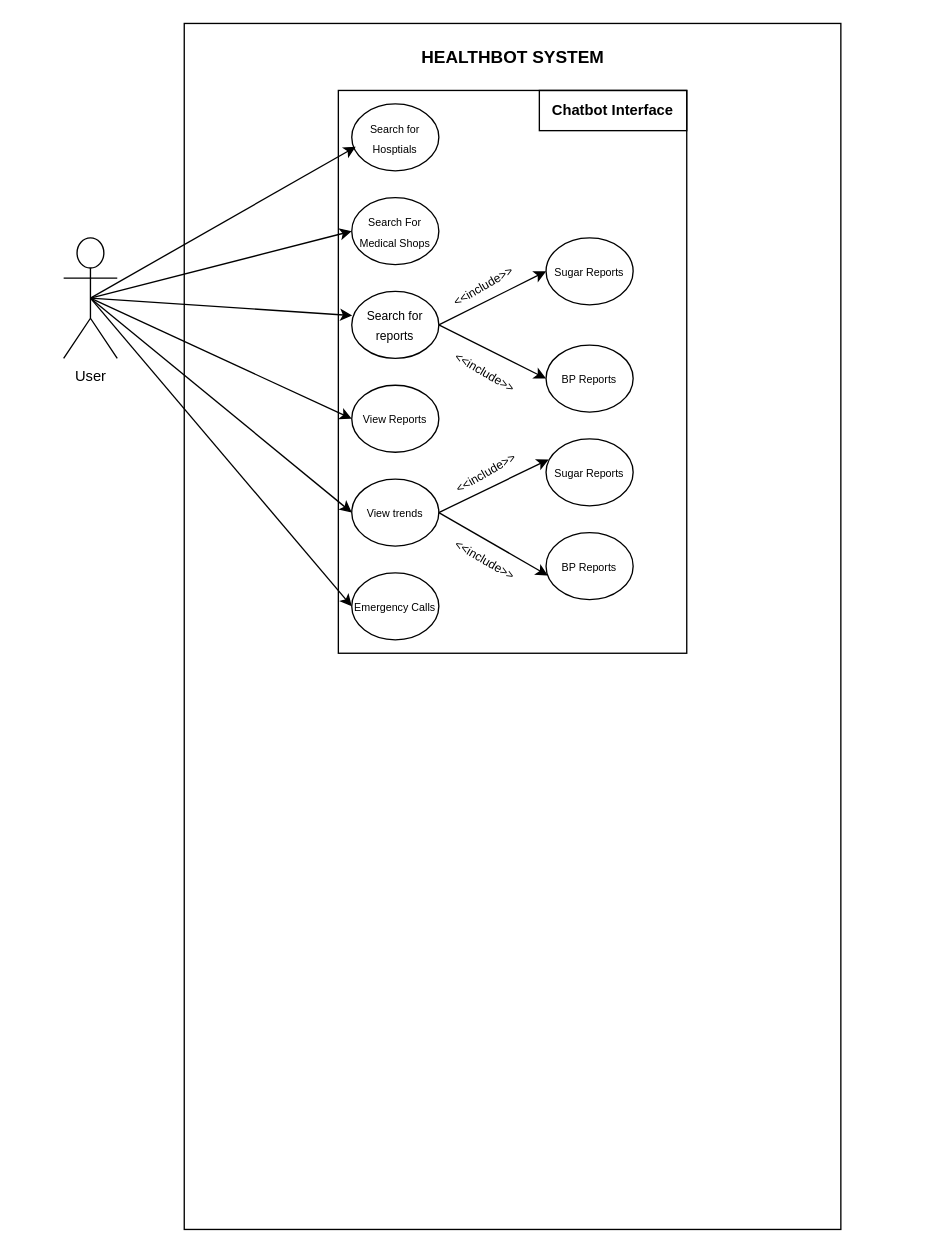
This is UseCaseDiagram.drawio from pranavn35/ProjectDiagrams, a draw.io file, before an edit. Source tidied: cells renumbered, new cells numbered last; positions are measured from the earlier drawing's top-left corner, leaving out a move shared by most shapes. Both pictures are drawn from the tidied source at 134%, with x=0, y=0 at pixel (63, 23).
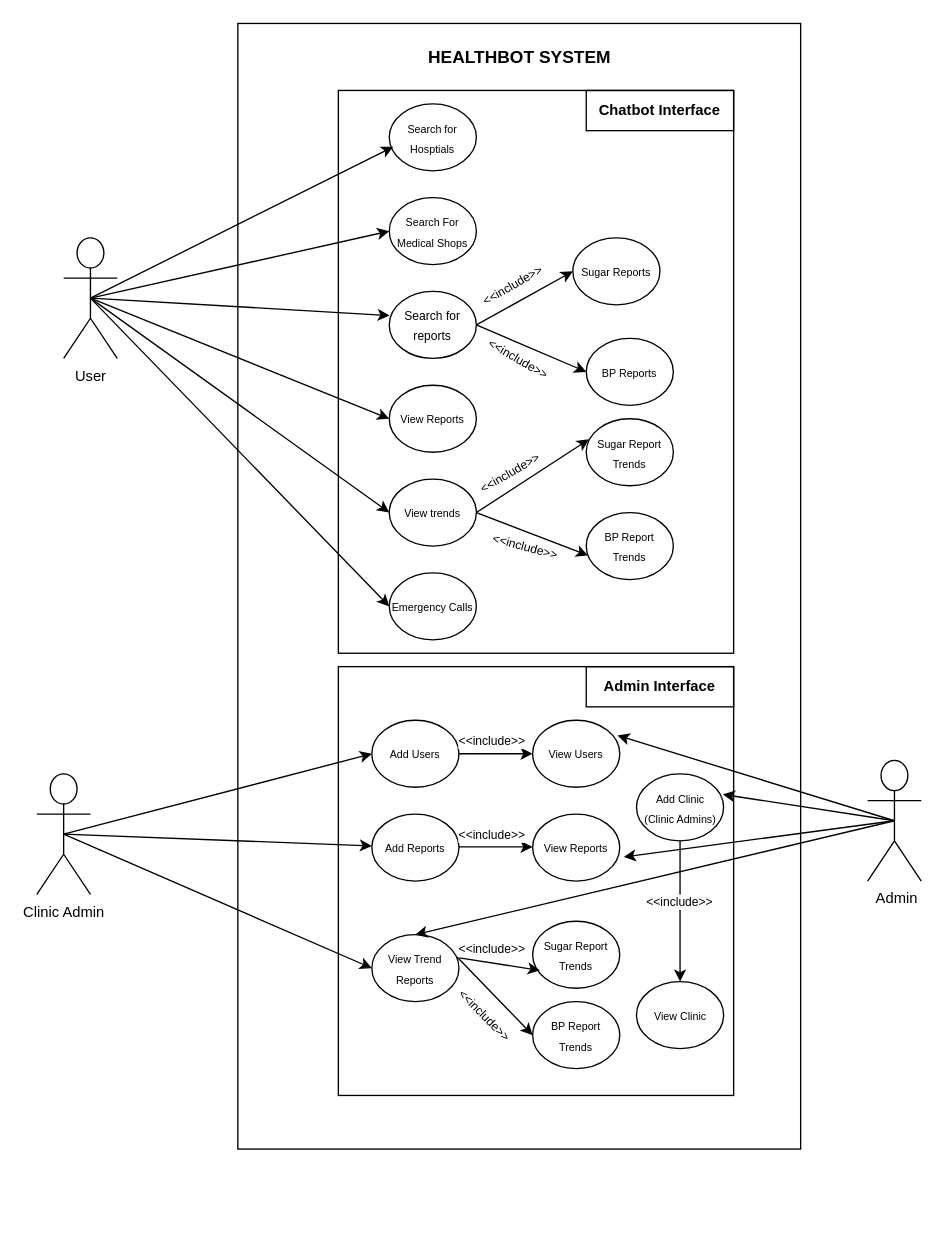
After the change.

Diff of the diagram source:
```diff
@@
     <mxCell id="2" style="rounded=0;whiteSpace=wrap;html=1;fillColor=none;strokeColor=default;fontColor=default;" parent="1" vertex="1">
-      <mxGeometry x="90" width="490" height="900" as="geometry" />
+      <mxGeometry x="130" width="420" height="840" as="geometry" />
     </mxCell>
     <mxCell id="3" style="rounded=0;whiteSpace=wrap;html=1;fontColor=default;strokeColor=default;fillColor=none;" parent="1" vertex="1">
-      <mxGeometry x="205" y="50" width="260" height="420" as="geometry" />
+      <mxGeometry x="205" y="50" width="295" height="420" as="geometry" />
     </mxCell>
     <mxCell id="4" value="&lt;font style=&quot;font-size: 8px&quot;&gt;Search for Hosptials&lt;/font&gt;" style="ellipse;whiteSpace=wrap;html=1;fontColor=default;strokeColor=default;fillColor=none;" parent="1" vertex="1">
-      <mxGeometry x="215" y="60" width="65" height="50" as="geometry" />
+      <mxGeometry x="243" y="60" width="65" height="50" as="geometry" />
     </mxCell>
     <mxCell id="5" value="&lt;font style=&quot;font-size: 8px&quot;&gt;Search For Medical Shops&lt;/font&gt;" style="ellipse;whiteSpace=wrap;html=1;fontColor=default;strokeColor=default;fillColor=none;" parent="1" vertex="1">
-      <mxGeometry x="215" y="130" width="65" height="50" as="geometry" />
+      <mxGeometry x="243" y="130" width="65" height="50" as="geometry" />
     </mxCell>
     <mxCell id="6" value="&lt;font style=&quot;font-size: 9px&quot;&gt;Search for reports&lt;/font&gt;" style="ellipse;whiteSpace=wrap;html=1;fontColor=default;strokeColor=default;fillColor=none;" parent="1" vertex="1">
-      <mxGeometry x="215" y="200" width="65" height="50" as="geometry" />
+      <mxGeometry x="243" y="200" width="65" height="50" as="geometry" />
     </mxCell>
     <mxCell id="7" value="&lt;font style=&quot;font-size: 8px&quot;&gt;View Reports&lt;/font&gt;" style="ellipse;whiteSpace=wrap;html=1;fontColor=default;strokeColor=default;fillColor=none;" parent="1" vertex="1">
-      <mxGeometry x="215" y="270" width="65" height="50" as="geometry" />
+      <mxGeometry x="243" y="270" width="65" height="50" as="geometry" />
     </mxCell>
-    <mxCell id="8" value="&lt;font style=&quot;font-size: 8px&quot;&gt;View trends&lt;/font&gt;" style="ellipse;whiteSpace=wrap;html=1;fontColor=default;strokeColor=default;fillColor=none;" parent="1" vertex="1">
-      <mxGeometry x="215" y="340" width="65" height="50" as="geometry" />
-    </mxCell>
     <mxCell id="9" value="&lt;font style=&quot;font-size: 8px&quot;&gt;Emergency Calls&lt;/font&gt;" style="ellipse;whiteSpace=wrap;html=1;fontColor=default;strokeColor=default;fillColor=none;" parent="1" vertex="1">
-      <mxGeometry x="215" y="410" width="65" height="50" as="geometry" />
+      <mxGeometry x="243" y="410" width="65" height="50" as="geometry" />
     </mxCell>
     <mxCell id="10" value="&lt;font style=&quot;font-size: 8px&quot;&gt;Sugar Reports&lt;/font&gt;" style="ellipse;whiteSpace=wrap;html=1;fontColor=default;strokeColor=default;fillColor=none;" parent="1" vertex="1">
-      <mxGeometry x="360" y="160" width="65" height="50" as="geometry" />
+      <mxGeometry x="380" y="160" width="65" height="50" as="geometry" />
     </mxCell>
     <mxCell id="11" value="&lt;font style=&quot;font-size: 8px&quot;&gt;BP Reports&lt;/font&gt;" style="ellipse;whiteSpace=wrap;html=1;fontColor=default;strokeColor=default;fillColor=none;" parent="1" vertex="1">
-      <mxGeometry x="360" y="240" width="65" height="50" as="geometry" />
+      <mxGeometry x="390" y="235" width="65" height="50" as="geometry" />
     </mxCell>
@@
     <mxCell id="13" value="&lt;font style=&quot;font-size: 9px&quot;&gt;&amp;lt;&amp;lt;include&amp;gt;&amp;gt;&lt;/font&gt;" style="text;html=1;strokeColor=none;fillColor=none;align=center;verticalAlign=middle;whiteSpace=wrap;rounded=0;labelBackgroundColor=default;fontSize=11;fontColor=default;rotation=-30;" parent="1" vertex="1">
-      <mxGeometry x="287.5" y="190.7" width="50" height="10" as="geometry" />
+      <mxGeometry x="310" y="190" width="50" height="10" as="geometry" />
     </mxCell>
@@
     <mxCell id="15" value="&lt;font style=&quot;font-size: 9px&quot;&gt;&amp;lt;&amp;lt;include&amp;gt;&amp;gt;&lt;/font&gt;" style="text;html=1;strokeColor=none;fillColor=none;align=center;verticalAlign=middle;whiteSpace=wrap;rounded=0;labelBackgroundColor=default;fontSize=11;fontColor=default;rotation=30;" parent="1" vertex="1">
-      <mxGeometry x="290" y="250" width="50" height="20" as="geometry" />
+      <mxGeometry x="315" y="240" width="50" height="20" as="geometry" />
     </mxCell>
-    <mxCell id="16" value="&lt;font style=&quot;font-size: 8px&quot;&gt;Sugar Reports&lt;/font&gt;" style="ellipse;whiteSpace=wrap;html=1;fontColor=default;strokeColor=default;fillColor=none;" parent="1" vertex="1">
-      <mxGeometry x="360" y="310" width="65" height="50" as="geometry" />
+    <mxCell id="16" value="&lt;font style=&quot;font-size: 8px&quot;&gt;Sugar Report Trends&lt;/font&gt;" style="ellipse;whiteSpace=wrap;html=1;fontColor=default;strokeColor=default;fillColor=none;" parent="1" vertex="1">
+      <mxGeometry x="390" y="295" width="65" height="50" as="geometry" />
     </mxCell>
-    <mxCell id="17" value="&lt;font style=&quot;font-size: 8px&quot;&gt;BP Reports&lt;/font&gt;" style="ellipse;whiteSpace=wrap;html=1;fontColor=default;strokeColor=default;fillColor=none;" parent="1" vertex="1">
-      <mxGeometry x="360" y="380" width="65" height="50" as="geometry" />
+    <mxCell id="17" value="&lt;font style=&quot;font-size: 8px&quot;&gt;BP Report Trends&lt;/font&gt;" style="ellipse;whiteSpace=wrap;html=1;fontColor=default;strokeColor=default;fillColor=none;" parent="1" vertex="1">
+      <mxGeometry x="390" y="365" width="65" height="50" as="geometry" />
     </mxCell>
-    <mxCell id="18" style="endArrow=classic;html=1;rounded=0;labelBackgroundColor=default;fontSize=11;fontColor=default;strokeColor=default;exitX=1;exitY=0.5;exitDx=0;exitDy=0;entryX=0.031;entryY=0.307;entryDx=0;entryDy=0;entryPerimeter=0;" parent="1" edge="1" target="16">
-      <mxGeometry relative="1" as="geometry">
-        <mxPoint x="280" y="365" as="sourcePoint" />
-      </mxGeometry>
+    <mxCell id="18" style="endArrow=classic;html=1;rounded=0;labelBackgroundColor=default;fontSize=11;fontColor=default;strokeColor=default;exitX=1;exitY=0.5;exitDx=0;exitDy=0;entryX=0.031;entryY=0.307;entryDx=0;entryDy=0;entryPerimeter=0;startArrow=none;" parent="1" edge="1" source="8" target="16">
+      <mxGeometry relative="1" as="geometry" />
     </mxCell>
     <mxCell id="19" value="&lt;font style=&quot;font-size: 9px&quot;&gt;&amp;lt;&amp;lt;include&amp;gt;&amp;gt;&lt;/font&gt;" style="text;html=1;strokeColor=none;fillColor=none;align=center;verticalAlign=middle;whiteSpace=wrap;rounded=0;labelBackgroundColor=default;fontSize=11;fontColor=default;rotation=-30;" parent="1" vertex="1">
-      <mxGeometry x="290" y="325" width="50" height="20" as="geometry" />
+      <mxGeometry x="308" y="325" width="50" height="20" as="geometry" />
     </mxCell>
@@
-    <mxCell id="21" value="&lt;font style=&quot;font-size: 9px&quot;&gt;&amp;lt;&amp;lt;include&amp;gt;&amp;gt;&lt;/font&gt;" style="text;html=1;strokeColor=none;fillColor=none;align=center;verticalAlign=middle;whiteSpace=wrap;rounded=0;labelBackgroundColor=default;fontSize=11;fontColor=default;rotation=30;" parent="1" vertex="1">
-      <mxGeometry x="290" y="390" width="50" height="20" as="geometry" />
+    <mxCell id="21" value="&lt;font style=&quot;font-size: 9px&quot;&gt;&amp;lt;&amp;lt;include&amp;gt;&amp;gt;&lt;/font&gt;" style="text;html=1;strokeColor=none;fillColor=none;align=center;verticalAlign=middle;whiteSpace=wrap;rounded=0;labelBackgroundColor=default;fontSize=11;fontColor=default;rotation=15;" parent="1" vertex="1">
+      <mxGeometry x="320" y="380" width="50" height="20" as="geometry" />
     </mxCell>
@@
     <mxCell id="29" value="&lt;b&gt;&lt;font style=&quot;font-size: 11px&quot;&gt;Chatbot Interface&lt;/font&gt;&lt;/b&gt;" style="text;html=1;strokeColor=none;fillColor=none;align=center;verticalAlign=middle;whiteSpace=wrap;rounded=0;labelBackgroundColor=default;fontSize=9;fontColor=default;" parent="1" vertex="1">
-      <mxGeometry x="355" y="50" width="110" height="30" as="geometry" />
+      <mxGeometry x="390" y="50" width="110" height="30" as="geometry" />
     </mxCell>
     <mxCell id="30" value="&lt;b&gt;&lt;font style=&quot;font-size: 13px&quot;&gt;HEALTHBOT SYSTEM&lt;/font&gt;&lt;/b&gt;" style="text;html=1;strokeColor=none;fillColor=none;align=center;verticalAlign=middle;whiteSpace=wrap;rounded=0;labelBackgroundColor=default;fontSize=9;fontColor=default;" parent="1" vertex="1">
-      <mxGeometry x="242.5" y="10" width="185" height="30" as="geometry" />
+      <mxGeometry x="247.5" y="10" width="185" height="30" as="geometry" />
     </mxCell>
     <mxCell id="31" style="rounded=0;whiteSpace=wrap;html=1;labelBackgroundColor=default;fontSize=11;fontColor=default;strokeColor=default;fillColor=none;" parent="1" vertex="1">
-      <mxGeometry x="355" y="50" width="110" height="30" as="geometry" />
+      <mxGeometry x="390" y="50" width="110" height="30" as="geometry" />
     </mxCell>
+    <mxCell id="8" value="&lt;font style=&quot;font-size: 8px&quot;&gt;View trends&lt;/font&gt;" style="ellipse;whiteSpace=wrap;html=1;fontColor=default;strokeColor=default;fillColor=none;" parent="1" vertex="1">
+      <mxGeometry x="243" y="340" width="65" height="50" as="geometry" />
+    </mxCell>
+    <mxCell id="32" style="rounded=0;whiteSpace=wrap;html=1;fontColor=default;strokeColor=default;fillColor=none;" parent="1" vertex="1">
+      <mxGeometry x="205" y="480" width="295" height="320" as="geometry" />
+    </mxCell>
+    <mxCell id="33" value="&lt;font style=&quot;font-size: 8px&quot;&gt;Add Users&lt;/font&gt;" style="ellipse;whiteSpace=wrap;html=1;fontColor=default;strokeColor=default;fillColor=none;" parent="1" vertex="1">
+      <mxGeometry x="230" y="520" width="65" height="50" as="geometry" />
+    </mxCell>
+    <mxCell id="34" value="&lt;font style=&quot;font-size: 8px&quot;&gt;Add Reports&lt;/font&gt;" style="ellipse;whiteSpace=wrap;html=1;fontColor=default;strokeColor=default;fillColor=none;" parent="1" vertex="1">
+      <mxGeometry x="230" y="590" width="65" height="50" as="geometry" />
+    </mxCell>
+    <mxCell id="35" value="&lt;font style=&quot;font-size: 8px&quot;&gt;View Trend Reports&lt;/font&gt;" style="ellipse;whiteSpace=wrap;html=1;fontColor=default;strokeColor=default;fillColor=none;" parent="1" vertex="1">
+      <mxGeometry x="230" y="680" width="65" height="50" as="geometry" />
+    </mxCell>
+    <mxCell id="36" value="&lt;font style=&quot;font-size: 8px&quot;&gt;View Users&lt;/font&gt;" style="ellipse;whiteSpace=wrap;html=1;fontColor=default;strokeColor=default;fillColor=none;" parent="1" vertex="1">
+      <mxGeometry x="350" y="520" width="65" height="50" as="geometry" />
+    </mxCell>
+    <mxCell id="37" style="endArrow=classic;html=1;rounded=0;labelBackgroundColor=default;fontSize=11;fontColor=default;strokeColor=default;exitX=1;exitY=0.5;exitDx=0;exitDy=0;entryX=0;entryY=0.5;entryDx=0;entryDy=0;startArrow=none;" parent="1" edge="1" source="33" target="36">
+      <mxGeometry relative="1" as="geometry" />
+    </mxCell>
+    <mxCell id="38" value="&lt;font style=&quot;font-size: 9px&quot;&gt;&amp;lt;&amp;lt;include&amp;gt;&amp;gt;&lt;/font&gt;" style="text;html=1;strokeColor=none;fillColor=none;align=center;verticalAlign=middle;whiteSpace=wrap;rounded=0;labelBackgroundColor=default;fontSize=11;fontColor=default;rotation=0;" parent="1" vertex="1">
+      <mxGeometry x="300" y="530" width="40" height="10" as="geometry" />
+    </mxCell>
+    <mxCell id="39" value="&lt;font style=&quot;font-size: 8px&quot;&gt;View Reports&lt;/font&gt;" style="ellipse;whiteSpace=wrap;html=1;fontColor=default;strokeColor=default;fillColor=none;" parent="1" vertex="1">
+      <mxGeometry x="350" y="590" width="65" height="50" as="geometry" />
+    </mxCell>
+    <mxCell id="40" style="endArrow=classic;html=1;rounded=0;labelBackgroundColor=default;fontSize=11;fontColor=default;strokeColor=default;exitX=1;exitY=0.5;exitDx=0;exitDy=0;entryX=0;entryY=0.5;entryDx=0;entryDy=0;startArrow=none;" parent="1" edge="1">
+      <mxGeometry relative="1" as="geometry">
+        <mxPoint x="295" y="614.5" as="sourcePoint" />
+        <mxPoint x="350" y="614.5" as="targetPoint" />
+      </mxGeometry>
+    </mxCell>
+    <mxCell id="41" value="&lt;font style=&quot;font-size: 9px&quot;&gt;&amp;lt;&amp;lt;include&amp;gt;&amp;gt;&lt;/font&gt;" style="text;html=1;strokeColor=none;fillColor=none;align=center;verticalAlign=middle;whiteSpace=wrap;rounded=0;labelBackgroundColor=default;fontSize=11;fontColor=default;rotation=0;" parent="1" vertex="1">
+      <mxGeometry x="300" y="600" width="40" height="10" as="geometry" />
+    </mxCell>
+    <mxCell id="42" value="&lt;font style=&quot;font-size: 8px&quot;&gt;Sugar Report Trends&lt;/font&gt;" style="ellipse;whiteSpace=wrap;html=1;fontColor=default;strokeColor=default;fillColor=none;" parent="1" vertex="1">
+      <mxGeometry x="350" y="670" width="65" height="50" as="geometry" />
+    </mxCell>
+    <mxCell id="43" value="&lt;font style=&quot;font-size: 8px&quot;&gt;BP Report Trends&lt;/font&gt;" style="ellipse;whiteSpace=wrap;html=1;fontColor=default;strokeColor=default;fillColor=none;" parent="1" vertex="1">
+      <mxGeometry x="350" y="730" width="65" height="50" as="geometry" />
+    </mxCell>
+    <mxCell id="44" style="endArrow=classic;html=1;rounded=0;labelBackgroundColor=default;fontSize=11;fontColor=default;strokeColor=default;exitX=1.005;exitY=0.347;exitDx=0;exitDy=0;entryX=0.082;entryY=0.733;entryDx=0;entryDy=0;entryPerimeter=0;startArrow=none;exitPerimeter=0;" parent="1" edge="1" source="35" target="42">
+      <mxGeometry relative="1" as="geometry" />
+    </mxCell>
+    <mxCell id="45" style="endArrow=classic;html=1;rounded=0;labelBackgroundColor=default;fontSize=11;fontColor=default;strokeColor=default;exitX=0.979;exitY=0.333;exitDx=0;exitDy=0;entryX=0;entryY=0.5;entryDx=0;entryDy=0;startArrow=none;exitPerimeter=0;" parent="1" edge="1" source="35" target="43">
+      <mxGeometry relative="1" as="geometry" />
+    </mxCell>
+    <mxCell id="46" value="&lt;font style=&quot;font-size: 9px&quot;&gt;&amp;lt;&amp;lt;include&amp;gt;&amp;gt;&lt;/font&gt;" style="text;html=1;strokeColor=none;fillColor=none;align=center;verticalAlign=middle;whiteSpace=wrap;rounded=0;labelBackgroundColor=default;fontSize=11;fontColor=default;rotation=45;" parent="1" vertex="1">
+      <mxGeometry x="290" y="730" width="50" height="20" as="geometry" />
+    </mxCell>
+    <mxCell id="47" value="&lt;font style=&quot;font-size: 9px&quot;&gt;&amp;lt;&amp;lt;include&amp;gt;&amp;gt;&lt;/font&gt;" style="text;html=1;strokeColor=none;fillColor=none;align=center;verticalAlign=middle;whiteSpace=wrap;rounded=0;labelBackgroundColor=default;fontSize=11;fontColor=default;rotation=0;" parent="1" vertex="1">
+      <mxGeometry x="295" y="680" width="50" height="20" as="geometry" />
+    </mxCell>
+    <mxCell id="48" value="Clinic Admin" style="shape=umlActor;verticalLabelPosition=bottom;verticalAlign=top;html=1;outlineConnect=0;labelBackgroundColor=default;fontSize=11;fontColor=default;strokeColor=default;fillColor=none;" parent="1" vertex="1">
+      <mxGeometry x="-20" y="560" width="40" height="90" as="geometry" />
+    </mxCell>
+    <mxCell id="49" style="endArrow=classic;html=1;rounded=0;labelBackgroundColor=default;fontSize=9;fontColor=default;strokeColor=default;exitX=0.5;exitY=0.5;exitDx=0;exitDy=0;exitPerimeter=0;entryX=0;entryY=0.5;entryDx=0;entryDy=0;" parent="1" edge="1" source="48" target="33">
+      <mxGeometry relative="1" as="geometry" />
+    </mxCell>
+    <mxCell id="50" style="endArrow=classic;html=1;rounded=0;labelBackgroundColor=default;fontSize=9;fontColor=default;strokeColor=default;exitX=0.5;exitY=0.5;exitDx=0;exitDy=0;exitPerimeter=0;" parent="1" edge="1" source="48" target="34">
+      <mxGeometry relative="1" as="geometry" />
+    </mxCell>
+    <mxCell id="51" style="endArrow=classic;html=1;rounded=0;labelBackgroundColor=default;fontSize=9;fontColor=default;strokeColor=default;exitX=0.5;exitY=0.5;exitDx=0;exitDy=0;exitPerimeter=0;entryX=0;entryY=0.5;entryDx=0;entryDy=0;" parent="1" edge="1" source="48" target="35">
+      <mxGeometry relative="1" as="geometry" />
+    </mxCell>
+    <mxCell id="52" value="&amp;nbsp;Admin" style="shape=umlActor;verticalLabelPosition=bottom;verticalAlign=top;html=1;outlineConnect=0;labelBackgroundColor=default;fontSize=11;fontColor=default;strokeColor=default;fillColor=none;" parent="1" vertex="1">
+      <mxGeometry x="600" y="550" width="40" height="90" as="geometry" />
+    </mxCell>
+    <mxCell id="53" value="&lt;font style=&quot;font-size: 8px&quot;&gt;Add Clinic &lt;br&gt;(Clinic Admins)&lt;/font&gt;" style="ellipse;whiteSpace=wrap;html=1;fontColor=default;strokeColor=default;fillColor=none;" parent="1" vertex="1">
+      <mxGeometry x="427.5" y="560" width="65" height="50" as="geometry" />
+    </mxCell>
+    <mxCell id="54" value="&lt;font style=&quot;font-size: 8px&quot;&gt;View Clinic&lt;/font&gt;" style="ellipse;whiteSpace=wrap;html=1;fontColor=default;strokeColor=default;fillColor=none;" parent="1" vertex="1">
+      <mxGeometry x="427.5" y="715" width="65" height="50" as="geometry" />
+    </mxCell>
+    <mxCell id="55" style="endArrow=classic;html=1;rounded=0;labelBackgroundColor=default;fontSize=11;fontColor=default;strokeColor=default;exitX=0.5;exitY=1;exitDx=0;exitDy=0;entryX=0.5;entryY=0;entryDx=0;entryDy=0;startArrow=none;" parent="1" edge="1" source="59" target="54">
+      <mxGeometry relative="1" as="geometry" />
+    </mxCell>
+    <mxCell id="56" style="endArrow=classic;html=1;rounded=0;labelBackgroundColor=default;fontSize=9;fontColor=default;strokeColor=default;exitX=0.5;exitY=0.5;exitDx=0;exitDy=0;exitPerimeter=0;entryX=0.992;entryY=0.307;entryDx=0;entryDy=0;entryPerimeter=0;" parent="1" edge="1" source="52" target="53">
+      <mxGeometry relative="1" as="geometry" />
+    </mxCell>
+    <mxCell id="57" style="endArrow=classic;html=1;rounded=0;labelBackgroundColor=default;fontSize=9;fontColor=default;strokeColor=default;exitX=0.5;exitY=0.5;exitDx=0;exitDy=0;exitPerimeter=0;entryX=0.974;entryY=0.227;entryDx=0;entryDy=0;entryPerimeter=0;" parent="1" edge="1" source="52" target="36">
+      <mxGeometry relative="1" as="geometry" />
+    </mxCell>
+    <mxCell id="58" style="endArrow=classic;html=1;rounded=0;labelBackgroundColor=default;fontSize=9;fontColor=default;strokeColor=default;entryX=0.5;entryY=0;entryDx=0;entryDy=0;" parent="1" edge="1" target="35">
+      <mxGeometry relative="1" as="geometry">
+        <mxPoint x="620" y="595" as="sourcePoint" />
+      </mxGeometry>
+    </mxCell>
+    <mxCell id="59" value="&lt;font style=&quot;font-size: 9px&quot;&gt;&amp;lt;&amp;lt;include&amp;gt;&amp;gt;&lt;/font&gt;" style="text;html=1;strokeColor=none;fillColor=none;align=center;verticalAlign=middle;whiteSpace=wrap;rounded=0;labelBackgroundColor=default;fontSize=11;fontColor=default;rotation=0;" parent="1" vertex="1">
+      <mxGeometry x="455" y="650" width="10" height="10" as="geometry" />
+    </mxCell>
+    <mxCell id="60" style="endArrow=none;html=1;rounded=0;labelBackgroundColor=default;fontSize=11;fontColor=default;strokeColor=default;exitX=0.5;exitY=1;exitDx=0;exitDy=0;entryX=0.5;entryY=0;entryDx=0;entryDy=0;startArrow=none;" parent="1" edge="1" source="53" target="59">
+      <mxGeometry relative="1" as="geometry" />
+    </mxCell>
+    <mxCell id="61" style="endArrow=classic;html=1;rounded=0;labelBackgroundColor=default;fontSize=9;fontColor=default;strokeColor=default;entryX=1.046;entryY=0.64;entryDx=0;entryDy=0;entryPerimeter=0;exitX=0.5;exitY=0.5;exitDx=0;exitDy=0;exitPerimeter=0;" parent="1" edge="1" source="52" target="39">
+      <mxGeometry relative="1" as="geometry" />
+    </mxCell>
+    <mxCell id="62" value="&lt;b&gt;Admin Interface&lt;/b&gt;" style="rounded=0;whiteSpace=wrap;html=1;labelBackgroundColor=default;fontSize=11;fontColor=default;strokeColor=default;fillColor=none;" parent="1" vertex="1">
+      <mxGeometry x="390" y="480" width="110" height="30" as="geometry" />
+    </mxCell>
```
